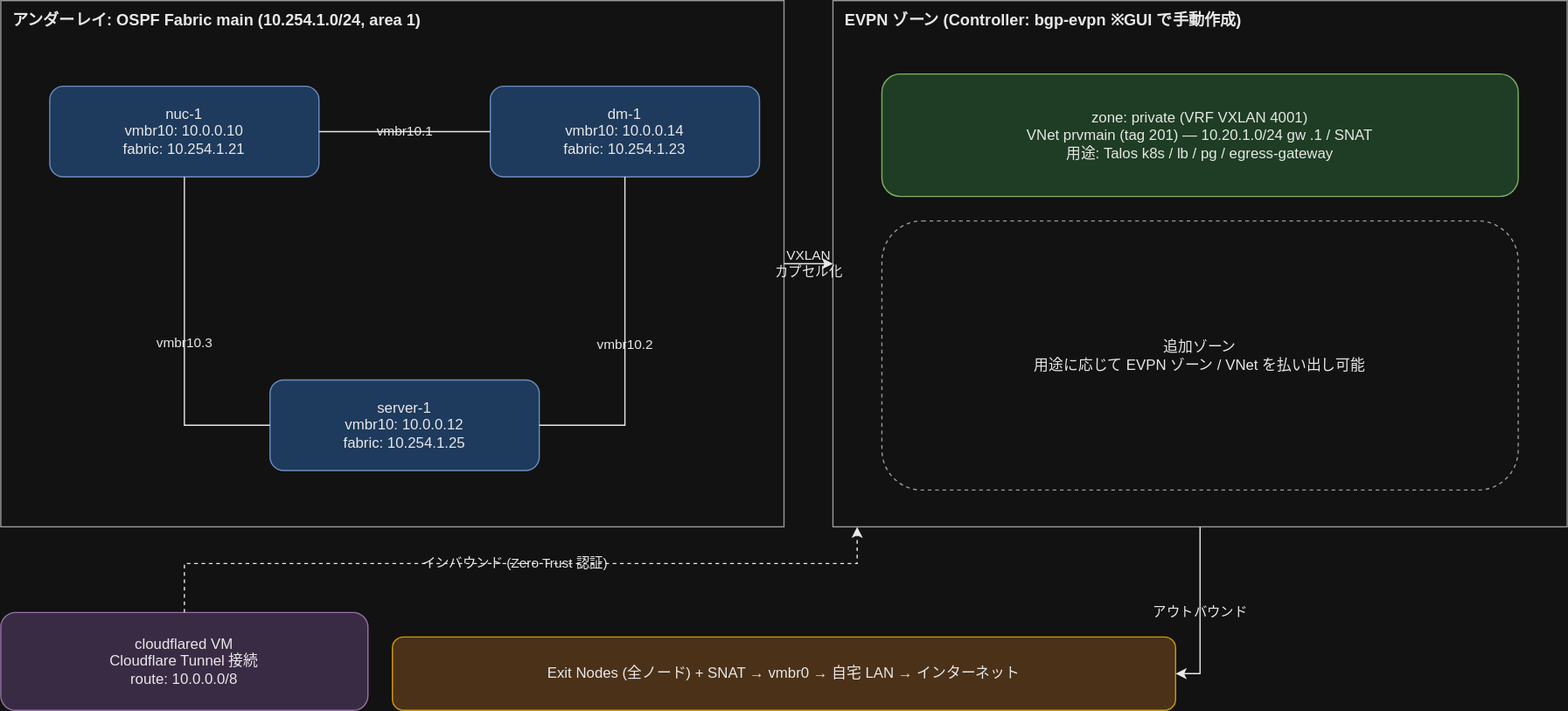
Earlier version of the draw.io export docs/architecture-network.drawio.svg (k-wa-wa/nuage-cluster). Source tidied: cells renumbered, new cells last; positions are measured from the earlier drawing's top-left corner, leaving out a move shared by most shapes.
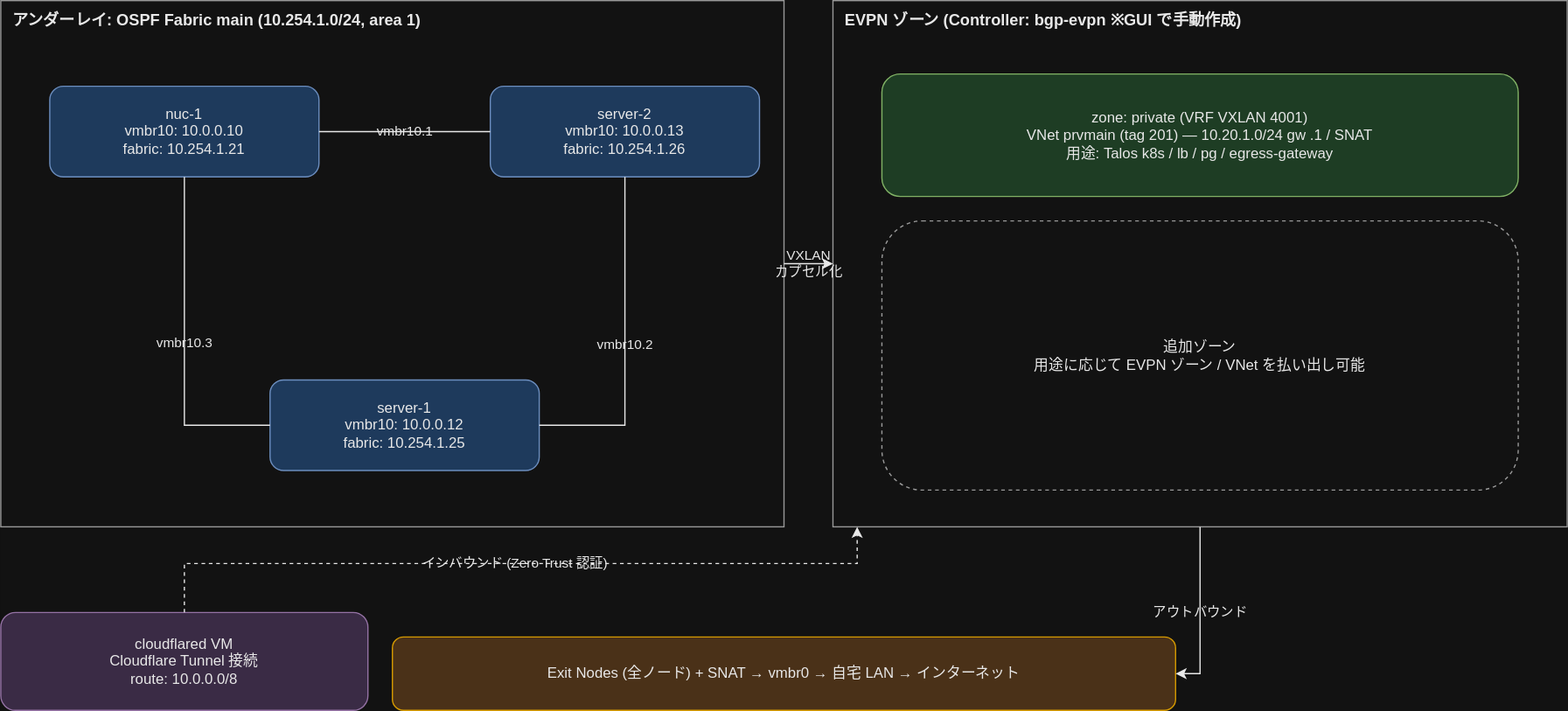
Above is the later version.

Commit message:
fix(docs): レビュー指摘に基づきネットワーク図・インベントリ表記・検証コマンドを修正

Change to the diagram source:
```diff
@@ -8,7 +8,7 @@
     <mxCell id="3" value="nuc-1&lt;br&gt;vmbr10: 10.0.0.10&lt;br&gt;fabric: 10.254.1.21" style="rounded=1;whiteSpace=wrap;html=1;fontSize=12;fillColor=#1e3a5c;strokeColor=#6c8ebf;fontColor=#e8e8e8;" parent="1" vertex="1">
       <mxGeometry x="40" y="70" width="220" height="74" as="geometry" />
     </mxCell>
-    <mxCell id="4" value="dm-1&lt;br&gt;vmbr10: 10.0.0.14&lt;br&gt;fabric: 10.254.1.23" style="rounded=1;whiteSpace=wrap;html=1;fontSize=12;fillColor=#1e3a5c;strokeColor=#6c8ebf;fontColor=#e8e8e8;" parent="1" vertex="1">
+    <mxCell id="4" value="server-2&lt;br&gt;vmbr10: 10.0.0.13&lt;br&gt;fabric: 10.254.1.26" style="rounded=1;whiteSpace=wrap;html=1;fontSize=12;fillColor=#1e3a5c;strokeColor=#6c8ebf;fontColor=#e8e8e8;" parent="1" vertex="1">
       <mxGeometry x="400" y="70" width="220" height="74" as="geometry" />
     </mxCell>
     <mxCell id="5" value="server-1&lt;br&gt;vmbr10: 10.0.0.12&lt;br&gt;fabric: 10.254.1.25" style="rounded=1;whiteSpace=wrap;html=1;fontSize=12;fillColor=#1e3a5c;strokeColor=#6c8ebf;fontColor=#e8e8e8;" parent="1" vertex="1">
```
